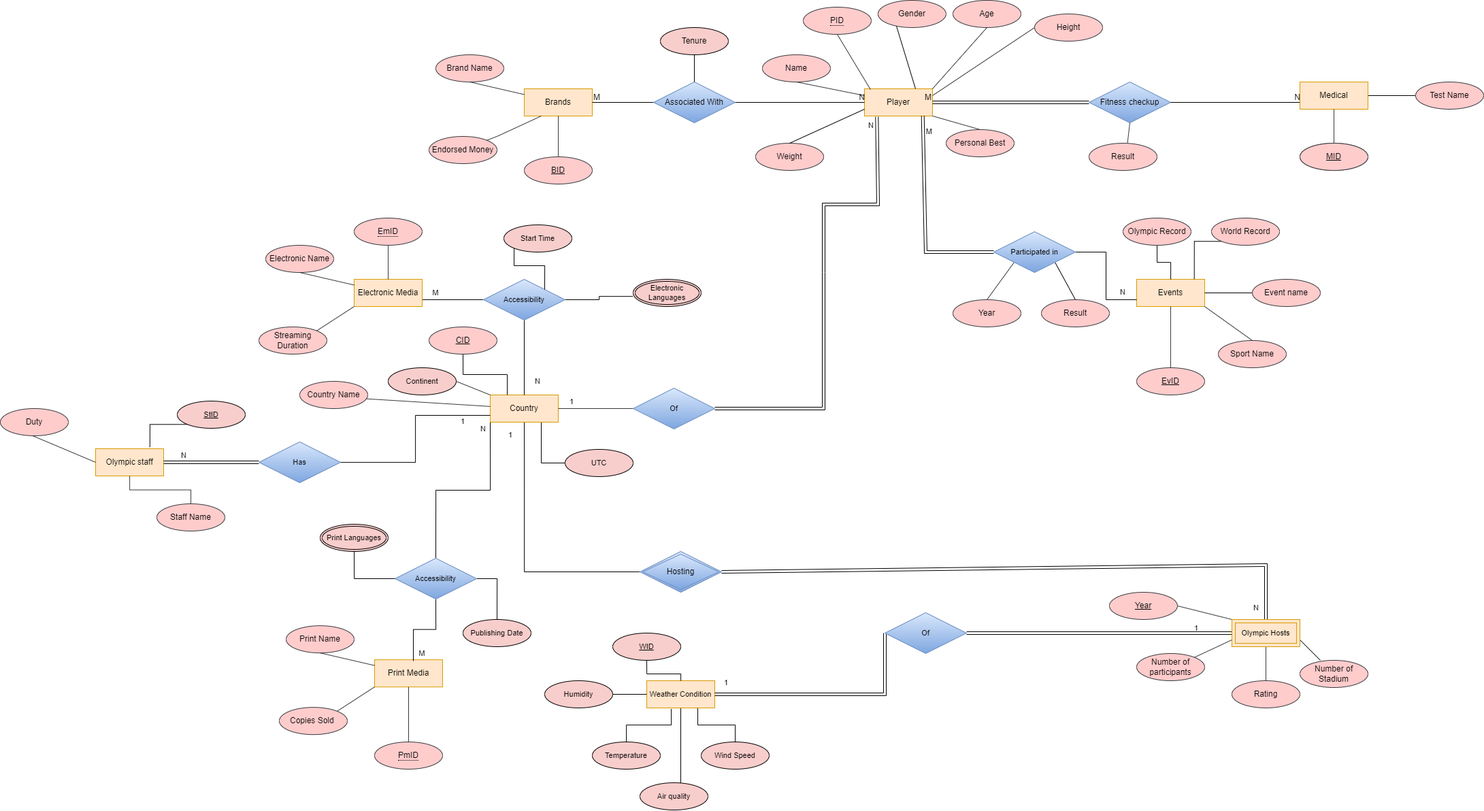
Keyur1284/DBMS-Project-Olympics keeps this draw.io diagram as ER_Diagram.drawio.png. Above is the earlier version. Source tidied: cells renumbered, new cells last; positions are measured from the earlier drawing's top-left corner, leaving out a move shared by most shapes.
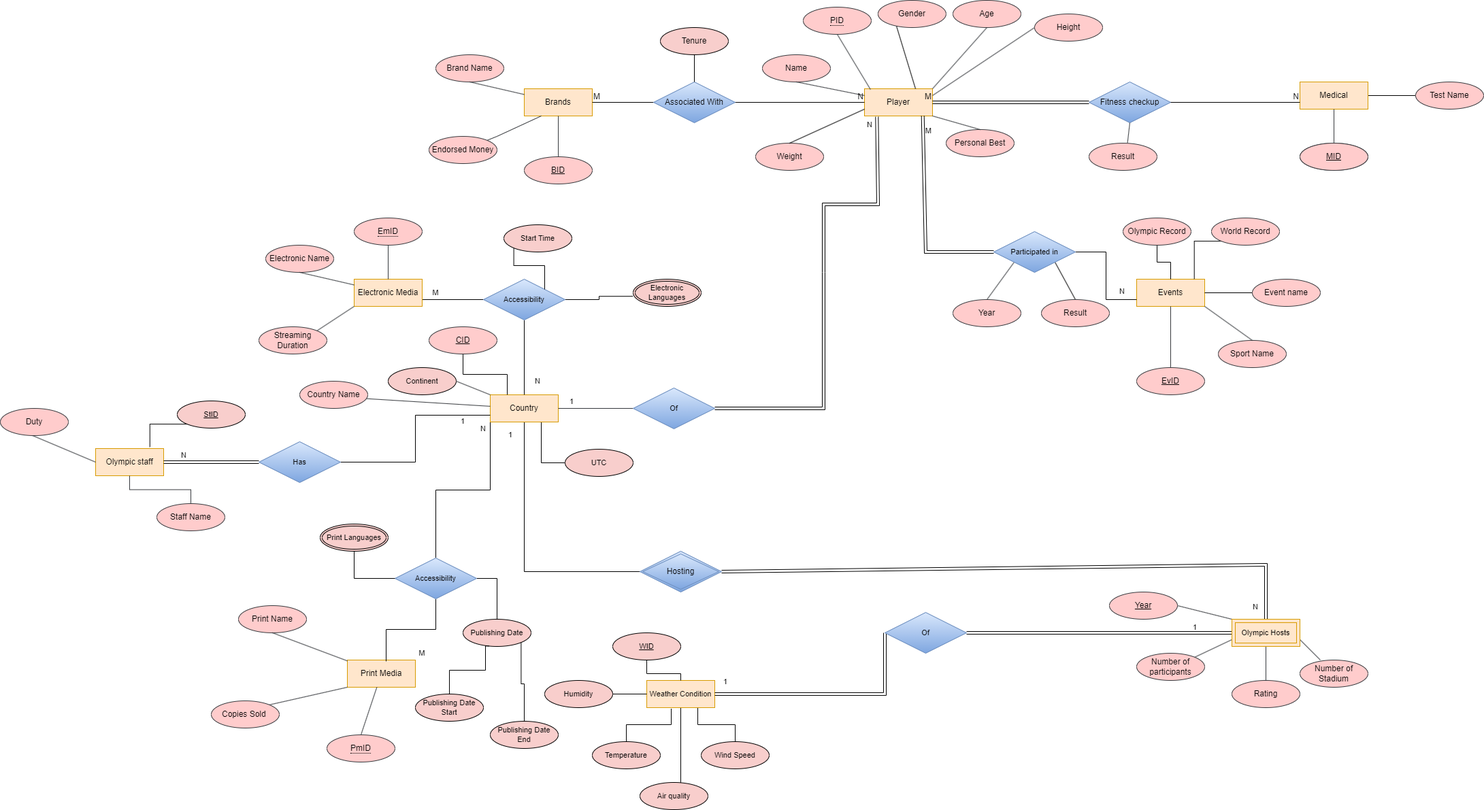
The same file after the commit.

Commit message:
Publish start date, publish end date added_ print accessibility

The edit, as a diff of the source:
```diff
@@ -345,22 +345,22 @@
       <mxGeometry x="930" y="410" width="100" height="40" as="geometry" />
     </mxCell>
     <mxCell id="102" value="Print Media" style="whiteSpace=wrap;html=1;align=center;fillColor=#ffe6cc;strokeColor=#d79b00;" parent="1" vertex="1">
-      <mxGeometry x="550" y="969.2" width="100" height="40" as="geometry" />
+      <mxGeometry x="510" y="970" width="100" height="40" as="geometry" />
     </mxCell>
     <mxCell id="103" value="&lt;span style=&quot;border-bottom: 1px dotted&quot;&gt;PmID&lt;/span&gt;" style="ellipse;whiteSpace=wrap;html=1;align=center;fillColor=#ffcccc;strokeColor=#36393d;" parent="1" vertex="1">
-      <mxGeometry x="550" y="1090" width="100" height="40" as="geometry" />
+      <mxGeometry x="480" y="1080" width="100" height="40" as="geometry" />
     </mxCell>
     <mxCell id="104" style="endArrow=none;html=1;rounded=0;fillColor=#ffcccc;strokeColor=#36393d;entryX=0.5;entryY=0;entryDx=0;entryDy=0;" parent="1" edge="1" source="102" target="103">
       <mxGeometry relative="1" as="geometry" />
     </mxCell>
     <mxCell id="105" value="Print Name" style="ellipse;whiteSpace=wrap;html=1;align=center;fillColor=#ffcccc;strokeColor=#36393d;" parent="1" vertex="1">
-      <mxGeometry x="420" y="919.2" width="100" height="40" as="geometry" />
+      <mxGeometry x="350" y="890" width="100" height="40" as="geometry" />
     </mxCell>
     <mxCell id="106" style="endArrow=none;html=1;rounded=0;entryX=0.5;entryY=1;entryDx=0;entryDy=0;fillColor=#ffcccc;strokeColor=#36393d;" parent="1" edge="1" source="102" target="105">
       <mxGeometry relative="1" as="geometry" />
     </mxCell>
     <mxCell id="107" value="Copies Sold&amp;nbsp;" style="ellipse;whiteSpace=wrap;html=1;align=center;fillColor=#ffcccc;strokeColor=#36393d;" parent="1" vertex="1">
-      <mxGeometry x="410" y="1039.2" width="100" height="40" as="geometry" />
+      <mxGeometry x="310" y="1030" width="100" height="40" as="geometry" />
     </mxCell>
     <mxCell id="108" style="endArrow=none;html=1;rounded=0;exitX=1;exitY=0;exitDx=0;exitDy=0;entryX=0;entryY=1;entryDx=0;entryDy=0;fillColor=#ffcccc;strokeColor=#36393d;" parent="1" edge="1" source="107" target="102">
       <mxGeometry relative="1" as="geometry" />
@@ -526,5 +526,23 @@
     <mxCell id="159" style="endArrow=none;html=1;rounded=0;entryX=0.566;entryY=-0.018;entryDx=0;entryDy=0;fillColor=#ffcccc;strokeColor=#36393d;exitX=0.5;exitY=1;exitDx=0;exitDy=0;entryPerimeter=0;" parent="1" edge="1" source="58" target="158">
       <mxGeometry relative="1" as="geometry" />
     </mxCell>
+    <mxCell id="160" value="Publishing Date Start" style="ellipse;whiteSpace=wrap;html=1;align=center;fontFamily=Helvetica;fontSize=11;fillColor=#f8cecc;strokeColor=#000000;" parent="1" vertex="1">
+      <mxGeometry x="610" y="1020" width="100" height="40" as="geometry" />
+    </mxCell>
+    <mxCell id="161" style="edgeStyle=orthogonalEdgeStyle;shape=connector;rounded=0;jettySize=auto;html=1;exitX=0.5;exitY=0;exitDx=0;exitDy=0;entryX=0.384;entryY=0.985;entryDx=0;entryDy=0;labelBackgroundColor=default;strokeColor=default;fontFamily=Helvetica;fontSize=11;fontColor=default;endArrow=none;endFill=0;entryPerimeter=0;" parent="1" edge="1" source="160" target="117">
+      <mxGeometry relative="1" as="geometry">
+        <Array as="points">
+          <mxPoint x="660" y="985" />
+          <mxPoint x="713" y="985" />
+          <mxPoint x="713" y="949" />
+        </Array>
+      </mxGeometry>
+    </mxCell>
+    <mxCell id="162" value="Publishing Date End" style="ellipse;whiteSpace=wrap;html=1;align=center;fontFamily=Helvetica;fontSize=11;fillColor=#f8cecc;strokeColor=#000000;" parent="1" vertex="1">
+      <mxGeometry x="720" y="1060" width="100" height="40" as="geometry" />
+    </mxCell>
+    <mxCell id="163" style="edgeStyle=orthogonalEdgeStyle;shape=connector;rounded=0;jettySize=auto;html=1;exitX=0.5;exitY=0;exitDx=0;exitDy=0;entryX=1;entryY=1;entryDx=0;entryDy=0;labelBackgroundColor=default;strokeColor=default;fontFamily=Helvetica;fontSize=11;fontColor=default;endArrow=none;endFill=0;" parent="1" edge="1" source="162" target="117">
+      <mxGeometry relative="1" as="geometry" />
+    </mxCell>
   </root>
 </mxGraphModel>
```
